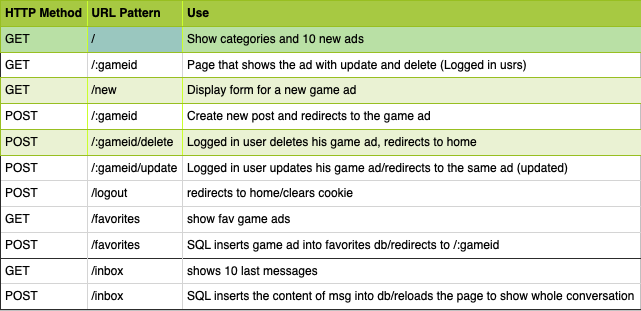
Before: screenshots/routes.png, a diagram exported from draw.io (ronjuarez/gameFinderzz). Source tidied: cells renumbered, new cells last; positions are measured from the earlier drawing's top-left corner, leaving out a move shared by most shapes. The source it was exported from:
```xml
<mxGraphModel>
  <root>
    <mxCell id="0" />
    <mxCell id="1" parent="0" />
    <mxCell id="2" value="&lt;table border=&quot;1&quot; width=&quot;100%&quot; cellpadding=&quot;4&quot; style=&quot;width: 100% ; height: 100% ; border-collapse: collapse&quot;&gt;&lt;tbody&gt;&lt;tr style=&quot;background-color: rgb(167 , 201 , 66) ; border: 1px solid rgb(152 , 191 , 33)&quot;&gt;&lt;th align=&quot;left&quot;&gt;HTTP Method&lt;/th&gt;&lt;th align=&quot;left&quot;&gt;URL Pattern&lt;/th&gt;&lt;th align=&quot;left&quot;&gt;Use&lt;/th&gt;&lt;/tr&gt;&lt;tr style=&quot;border: 1px solid rgb(152 , 191 , 33)&quot;&gt;&lt;td style=&quot;background-color: rgb(185 , 224 , 165)&quot;&gt;GET&lt;/td&gt;&lt;td style=&quot;background-color: rgb(154 , 199 , 191)&quot;&gt;/&lt;/td&gt;&lt;td style=&quot;background-color: rgb(185 , 224 , 165)&quot;&gt;Show categories and 10 new ads&lt;/td&gt;&lt;/tr&gt;&lt;tr&gt;&lt;td&gt;GET&lt;/td&gt;&lt;td&gt;/:gameid&lt;/td&gt;&lt;td&gt;Page that shows the ad with update and delete (Logged in usrs)&lt;/td&gt;&lt;/tr&gt;&lt;tr style=&quot;background-color: rgb(234 , 242 , 211) ; border: 1px solid rgb(152 , 191 , 33)&quot;&gt;&lt;td&gt;GET&lt;/td&gt;&lt;td&gt;/new&lt;/td&gt;&lt;td&gt;Display form for a new game ad&lt;/td&gt;&lt;/tr&gt;&lt;tr style=&quot;border: 1px solid rgb(152 , 191 , 33)&quot;&gt;&lt;td&gt;POST&lt;/td&gt;&lt;td&gt;/:gameid&lt;/td&gt;&lt;td&gt;Create new post and redirects to the game ad&lt;/td&gt;&lt;/tr&gt;&lt;tr style=&quot;background-color: rgb(234 , 242 , 211) ; border: 1px solid rgb(152 , 191 , 33)&quot;&gt;&lt;td&gt;POST&lt;/td&gt;&lt;td&gt;/:gameid/delete&lt;/td&gt;&lt;td&gt;Logged in user deletes his game ad, redirects to home&lt;/td&gt;&lt;/tr&gt;&lt;tr&gt;&lt;td&gt;POST&lt;/td&gt;&lt;td&gt;/:gameid/update&lt;/td&gt;&lt;td&gt;Logged in user updates his game ad/redirects to the same ad (updated)&lt;/td&gt;&lt;/tr&gt;&lt;tr&gt;&lt;td&gt;POST&lt;/td&gt;&lt;td&gt;/logout&lt;/td&gt;&lt;td&gt;redirects to home/clears cookie&lt;/td&gt;&lt;/tr&gt;&lt;tr&gt;&lt;td&gt;GET&lt;/td&gt;&lt;td&gt;/favorites&lt;/td&gt;&lt;td&gt;show fav game ads&lt;/td&gt;&lt;/tr&gt;&lt;tr&gt;&lt;td&gt;POST&lt;/td&gt;&lt;td&gt;/favorites&lt;/td&gt;&lt;td&gt;SQL inserts game ad into favorites db/redirects to /:gameid&lt;/td&gt;&lt;/tr&gt;&lt;tr&gt;&lt;td&gt;GET&lt;br&gt;&lt;/td&gt;&lt;td&gt;/inbox&lt;/td&gt;&lt;td&gt;shows 10 last messages&lt;br&gt;&lt;/td&gt;&lt;/tr&gt;&lt;tr&gt;&lt;td&gt;POST&lt;/td&gt;&lt;td&gt;/inbox&lt;/td&gt;&lt;td&gt;SQL inserts the content of msg into db/reloads the page to show whole conversation&lt;/td&gt;&lt;/tr&gt;&lt;/tbody&gt;&lt;/table&gt;" style="text;html=1;strokeColor=#c0c0c0;fillColor=#ffffff;overflow=fill;rounded=0;" parent="1" vertex="1">
      <mxGeometry width="640" height="310" as="geometry" />
    </mxCell>
  </root>
</mxGraphModel>
```
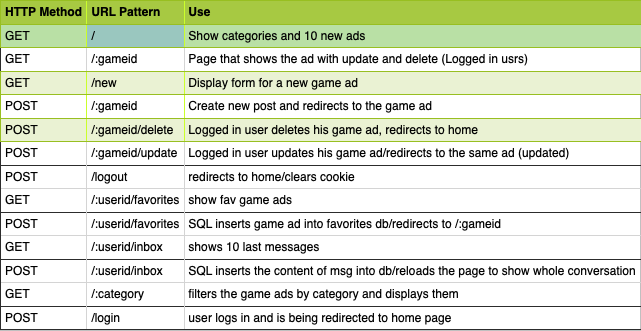
The same diagram one commit later.

Commit message:
login path added

Diff of the diagram source:
```diff
@@ -2,8 +2,8 @@
   <root>
     <mxCell id="0" />
     <mxCell id="1" parent="0" />
-    <mxCell id="2" value="&lt;table border=&quot;1&quot; width=&quot;100%&quot; cellpadding=&quot;4&quot; style=&quot;width: 100% ; height: 100% ; border-collapse: collapse&quot;&gt;&lt;tbody&gt;&lt;tr style=&quot;background-color: rgb(167 , 201 , 66) ; border: 1px solid rgb(152 , 191 , 33)&quot;&gt;&lt;th align=&quot;left&quot;&gt;HTTP Method&lt;/th&gt;&lt;th align=&quot;left&quot;&gt;URL Pattern&lt;/th&gt;&lt;th align=&quot;left&quot;&gt;Use&lt;/th&gt;&lt;/tr&gt;&lt;tr style=&quot;border: 1px solid rgb(152 , 191 , 33)&quot;&gt;&lt;td style=&quot;background-color: rgb(185 , 224 , 165)&quot;&gt;GET&lt;/td&gt;&lt;td style=&quot;background-color: rgb(154 , 199 , 191)&quot;&gt;/&lt;/td&gt;&lt;td style=&quot;background-color: rgb(185 , 224 , 165)&quot;&gt;Show categories and 10 new ads&lt;/td&gt;&lt;/tr&gt;&lt;tr&gt;&lt;td&gt;GET&lt;/td&gt;&lt;td&gt;/:gameid&lt;/td&gt;&lt;td&gt;Page that shows the ad with update and delete (Logged in usrs)&lt;/td&gt;&lt;/tr&gt;&lt;tr style=&quot;background-color: rgb(234 , 242 , 211) ; border: 1px solid rgb(152 , 191 , 33)&quot;&gt;&lt;td&gt;GET&lt;/td&gt;&lt;td&gt;/new&lt;/td&gt;&lt;td&gt;Display form for a new game ad&lt;/td&gt;&lt;/tr&gt;&lt;tr style=&quot;border: 1px solid rgb(152 , 191 , 33)&quot;&gt;&lt;td&gt;POST&lt;/td&gt;&lt;td&gt;/:gameid&lt;/td&gt;&lt;td&gt;Create new post and redirects to the game ad&lt;/td&gt;&lt;/tr&gt;&lt;tr style=&quot;background-color: rgb(234 , 242 , 211) ; border: 1px solid rgb(152 , 191 , 33)&quot;&gt;&lt;td&gt;POST&lt;/td&gt;&lt;td&gt;/:gameid/delete&lt;/td&gt;&lt;td&gt;Logged in user deletes his game ad, redirects to home&lt;/td&gt;&lt;/tr&gt;&lt;tr&gt;&lt;td&gt;POST&lt;/td&gt;&lt;td&gt;/:gameid/update&lt;/td&gt;&lt;td&gt;Logged in user updates his game ad/redirects to the same ad (updated)&lt;/td&gt;&lt;/tr&gt;&lt;tr&gt;&lt;td&gt;POST&lt;/td&gt;&lt;td&gt;/logout&lt;/td&gt;&lt;td&gt;redirects to home/clears cookie&lt;/td&gt;&lt;/tr&gt;&lt;tr&gt;&lt;td&gt;GET&lt;/td&gt;&lt;td&gt;/favorites&lt;/td&gt;&lt;td&gt;show fav game ads&lt;/td&gt;&lt;/tr&gt;&lt;tr&gt;&lt;td&gt;POST&lt;/td&gt;&lt;td&gt;/favorites&lt;/td&gt;&lt;td&gt;SQL inserts game ad into favorites db/redirects to /:gameid&lt;/td&gt;&lt;/tr&gt;&lt;tr&gt;&lt;td&gt;GET&lt;br&gt;&lt;/td&gt;&lt;td&gt;/inbox&lt;/td&gt;&lt;td&gt;shows 10 last messages&lt;br&gt;&lt;/td&gt;&lt;/tr&gt;&lt;tr&gt;&lt;td&gt;POST&lt;/td&gt;&lt;td&gt;/inbox&lt;/td&gt;&lt;td&gt;SQL inserts the content of msg into db/reloads the page to show whole conversation&lt;/td&gt;&lt;/tr&gt;&lt;/tbody&gt;&lt;/table&gt;" style="text;html=1;strokeColor=#c0c0c0;fillColor=#ffffff;overflow=fill;rounded=0;" parent="1" vertex="1">
-      <mxGeometry width="640" height="310" as="geometry" />
+    <mxCell id="2" value="&lt;table border=&quot;1&quot; width=&quot;100%&quot; cellpadding=&quot;4&quot; style=&quot;width: 100% ; height: 100% ; border-collapse: collapse&quot;&gt;&lt;tbody&gt;&lt;tr style=&quot;background-color: rgb(167 , 201 , 66) ; border: 1px solid rgb(152 , 191 , 33)&quot;&gt;&lt;th align=&quot;left&quot;&gt;HTTP Method&lt;/th&gt;&lt;th align=&quot;left&quot;&gt;URL Pattern&lt;/th&gt;&lt;th align=&quot;left&quot;&gt;Use&lt;/th&gt;&lt;/tr&gt;&lt;tr style=&quot;border: 1px solid rgb(152 , 191 , 33)&quot;&gt;&lt;td style=&quot;background-color: rgb(185 , 224 , 165)&quot;&gt;GET&lt;/td&gt;&lt;td style=&quot;background-color: rgb(154 , 199 , 191)&quot;&gt;/&lt;/td&gt;&lt;td style=&quot;background-color: rgb(185 , 224 , 165)&quot;&gt;Show categories and 10 new ads&lt;/td&gt;&lt;/tr&gt;&lt;tr&gt;&lt;td&gt;GET&lt;/td&gt;&lt;td&gt;/:gameid&lt;/td&gt;&lt;td&gt;Page that shows the ad with update and delete (Logged in usrs)&lt;/td&gt;&lt;/tr&gt;&lt;tr style=&quot;background-color: rgb(234 , 242 , 211) ; border: 1px solid rgb(152 , 191 , 33)&quot;&gt;&lt;td&gt;GET&lt;/td&gt;&lt;td&gt;/new&lt;/td&gt;&lt;td&gt;Display form for a new game ad&lt;/td&gt;&lt;/tr&gt;&lt;tr style=&quot;border: 1px solid rgb(152 , 191 , 33)&quot;&gt;&lt;td&gt;POST&lt;/td&gt;&lt;td&gt;/:gameid&lt;/td&gt;&lt;td&gt;Create new post and redirects to the game ad&lt;/td&gt;&lt;/tr&gt;&lt;tr style=&quot;background-color: rgb(234 , 242 , 211) ; border: 1px solid rgb(152 , 191 , 33)&quot;&gt;&lt;td&gt;POST&lt;/td&gt;&lt;td&gt;/:gameid/delete&lt;/td&gt;&lt;td&gt;Logged in user deletes his game ad, redirects to home&lt;/td&gt;&lt;/tr&gt;&lt;tr&gt;&lt;td&gt;POST&lt;/td&gt;&lt;td&gt;/:gameid/update&lt;/td&gt;&lt;td&gt;Logged in user updates his game ad/redirects to the same ad (updated)&lt;/td&gt;&lt;/tr&gt;&lt;tr&gt;&lt;td&gt;POST&lt;/td&gt;&lt;td&gt;/logout&lt;/td&gt;&lt;td&gt;redirects to home/clears cookie&lt;/td&gt;&lt;/tr&gt;&lt;tr&gt;&lt;td&gt;GET&lt;/td&gt;&lt;td&gt;/:userid/favorites&lt;/td&gt;&lt;td&gt;show fav game ads&lt;/td&gt;&lt;/tr&gt;&lt;tr&gt;&lt;td&gt;POST&lt;/td&gt;&lt;td&gt;/:userid/favorites&lt;/td&gt;&lt;td&gt;SQL inserts game ad into favorites db/redirects to /:gameid&lt;/td&gt;&lt;/tr&gt;&lt;tr&gt;&lt;td&gt;GET&lt;br&gt;&lt;/td&gt;&lt;td&gt;/:userid/inbox&lt;/td&gt;&lt;td&gt;shows 10 last messages&lt;br&gt;&lt;/td&gt;&lt;/tr&gt;&lt;tr&gt;&lt;td&gt;POST&lt;/td&gt;&lt;td&gt;/:userid/inbox&lt;/td&gt;&lt;td&gt;SQL inserts the content of msg into db/reloads the page to show whole conversation&lt;/td&gt;&lt;/tr&gt;&lt;tr&gt;&lt;td&gt;GET&lt;/td&gt;&lt;td&gt;/:category&lt;/td&gt;&lt;td&gt;filters the game ads by category and displays them&lt;/td&gt;&lt;/tr&gt;&lt;tr&gt;&lt;td&gt;POST&lt;/td&gt;&lt;td&gt;/login&lt;/td&gt;&lt;td&gt;user logs in and is being redirected to home page&lt;/td&gt;&lt;/tr&gt;&lt;/tbody&gt;&lt;/table&gt;" style="text;html=1;strokeColor=#c0c0c0;fillColor=#ffffff;overflow=fill;rounded=0;" parent="1" vertex="1">
+      <mxGeometry width="640" height="330" as="geometry" />
     </mxCell>
   </root>
 </mxGraphModel>
```
